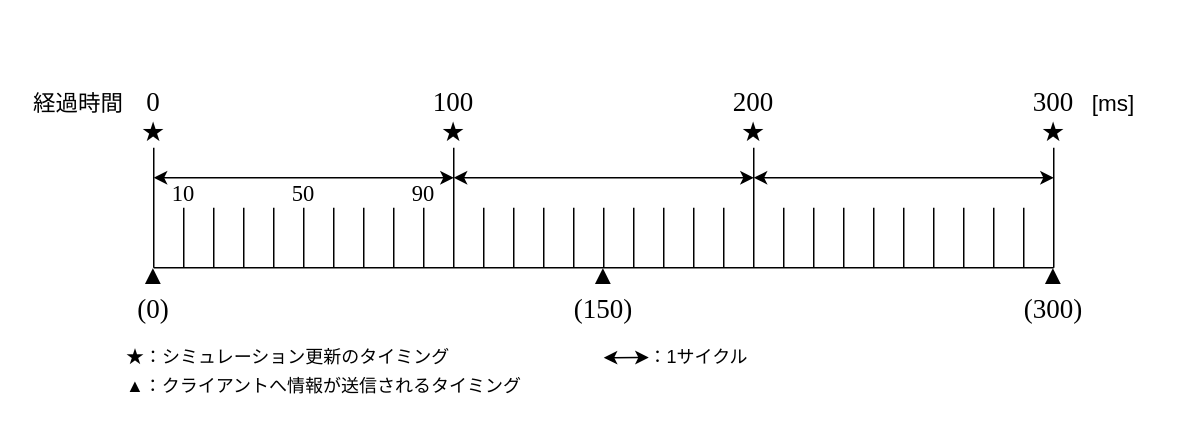
Above: 2/connection.drawio in SuperTikuwa/thesis-images (draw.io), before the change. Source tidied: cells renumbered, new cells numbered last; positions are measured from the earlier drawing's top-left corner, leaving out a move shared by most shapes. Both pictures are drawn from the tidied source at 150%, with x=0, y=0 at pixel (26, 80).
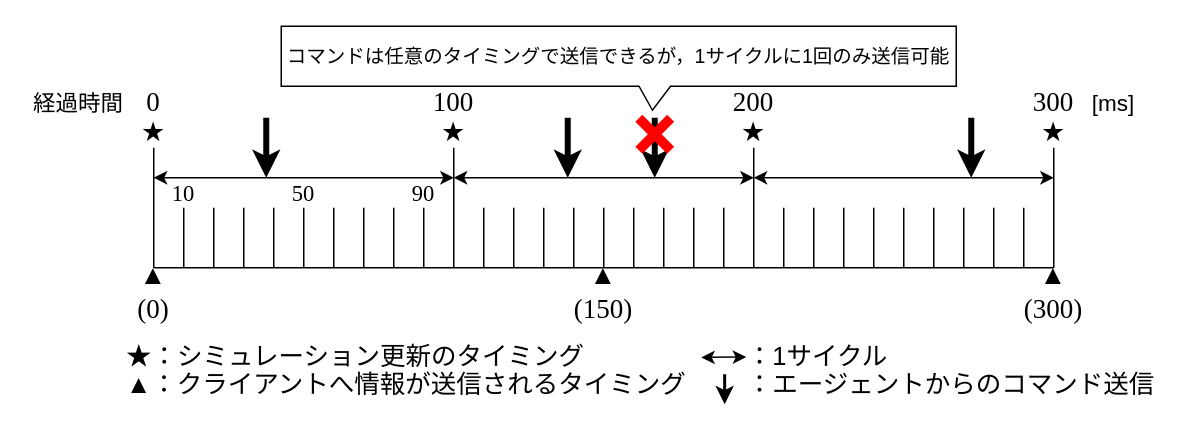
Above is the later version.

Commit message:
connection.drawio を更新します

Diff of the diagram source:
```diff
@@
-    <mxCell id="45" value="&lt;font face=&quot;Times New Roman&quot; style=&quot;font-size: 12px;&quot;&gt;★：シミュレーション更新のタイミング&lt;/font&gt;" style="text;html=1;strokeColor=none;fillColor=none;align=left;verticalAlign=middle;whiteSpace=wrap;rounded=0;fontSize=12;" parent="1" vertex="1">
-      <mxGeometry x="65" y="175" width="240" height="20" as="geometry" />
+    <mxCell id="45" value="&lt;font face=&quot;Times New Roman&quot;&gt;★：シミュレーション更新のタイミング&lt;/font&gt;" style="text;html=1;strokeColor=none;fillColor=none;align=left;verticalAlign=middle;whiteSpace=wrap;rounded=0;fontSize=17;" parent="1" vertex="1">
+      <mxGeometry x="65" y="175" width="335" height="20" as="geometry" />
     </mxCell>
@@
-    <mxCell id="49" value="&lt;font face=&quot;Times New Roman&quot; style=&quot;font-size: 12px;&quot;&gt;▲：クライアントへ情報が送信されるタイミング&lt;/font&gt;" style="text;html=1;strokeColor=none;fillColor=none;align=left;verticalAlign=middle;whiteSpace=wrap;rounded=0;fontSize=12;" parent="1" vertex="1">
-      <mxGeometry x="65" y="195" width="300" height="17.5" as="geometry" />
+    <mxCell id="49" value="&lt;font face=&quot;Times New Roman&quot;&gt;▲：クライアントへ情報が送信されるタイミング&lt;/font&gt;" style="text;html=1;strokeColor=none;fillColor=none;align=left;verticalAlign=middle;whiteSpace=wrap;rounded=0;fontSize=17;" parent="1" vertex="1">
+      <mxGeometry x="65" y="195" width="385" height="17.5" as="geometry" />
     </mxCell>
@@
     <mxCell id="53" style="endArrow=classic;startArrow=classic;html=1;rounded=0;fontSize=12;" parent="1" edge="1">
       <mxGeometry relative="1" as="geometry">
-        <mxPoint x="385" y="185" as="sourcePoint" />
-        <mxPoint x="415" y="184.8" as="targetPoint" />
+        <mxPoint x="450" y="184.8" as="sourcePoint" />
+        <mxPoint x="480" y="184.5" as="targetPoint" />
       </mxGeometry>
     </mxCell>
-    <mxCell id="54" value="&lt;font style=&quot;font-size: 12px;&quot;&gt;&amp;nbsp; &amp;nbsp; ：1サイクル&lt;/font&gt;" style="text;html=1;strokeColor=none;fillColor=none;align=left;verticalAlign=middle;whiteSpace=wrap;rounded=0;fontSize=12;" parent="1" vertex="1">
-      <mxGeometry x="400" y="175" width="240" height="20" as="geometry" />
+    <mxCell id="54" value="&lt;font&gt;&amp;nbsp; &amp;nbsp; ：1サイクル&lt;/font&gt;" style="text;html=1;strokeColor=none;fillColor=none;align=left;verticalAlign=middle;whiteSpace=wrap;rounded=0;fontSize=17;" parent="1" vertex="1">
+      <mxGeometry x="460" y="175" width="240" height="20" as="geometry" />
     </mxCell>
@@
+    <mxCell id="60" style="endArrow=classic;html=1;rounded=0;strokeWidth=4;" parent="1" edge="1">
+      <mxGeometry relative="1" as="geometry">
+        <mxPoint x="160" y="25" as="sourcePoint" />
+        <mxPoint x="160" y="65" as="targetPoint" />
+      </mxGeometry>
+    </mxCell>
+    <mxCell id="61" style="endArrow=classic;html=1;rounded=0;strokeWidth=2;" parent="1" edge="1">
+      <mxGeometry relative="1" as="geometry">
+        <mxPoint x="465.6" y="196" as="sourcePoint" />
+        <mxPoint x="465.6" y="216" as="targetPoint" />
+      </mxGeometry>
+    </mxCell>
+    <mxCell id="62" value="&lt;font&gt;&amp;nbsp; &amp;nbsp; ：エージェントからのコマンド送信&lt;/font&gt;" style="text;html=1;strokeColor=none;fillColor=none;align=left;verticalAlign=middle;whiteSpace=wrap;rounded=0;fontSize=17;" parent="1" vertex="1">
+      <mxGeometry x="460" y="193.8" width="300" height="20" as="geometry" />
+    </mxCell>
+    <mxCell id="63" style="endArrow=classic;html=1;rounded=0;strokeWidth=4;" parent="1" edge="1">
+      <mxGeometry relative="1" as="geometry">
+        <mxPoint x="419" y="25" as="sourcePoint" />
+        <mxPoint x="419" y="65" as="targetPoint" />
+      </mxGeometry>
+    </mxCell>
+    <mxCell id="64" style="endArrow=classic;html=1;rounded=0;strokeWidth=4;" parent="1" edge="1">
+      <mxGeometry relative="1" as="geometry">
+        <mxPoint x="361" y="25" as="sourcePoint" />
+        <mxPoint x="361" y="65" as="targetPoint" />
+      </mxGeometry>
+    </mxCell>
+    <mxCell id="65" style="shape=cross;whiteSpace=wrap;html=1;fillColor=#FF0000;strokeColor=none;rotation=45;size=0.21900107165892374;" parent="1" vertex="1">
+      <mxGeometry x="404" y="21" width="30" height="30" as="geometry" />
+    </mxCell>
+    <mxCell id="66" style="endArrow=classic;html=1;rounded=0;strokeWidth=4;" parent="1" edge="1">
+      <mxGeometry relative="1" as="geometry">
+        <mxPoint x="630" y="25" as="sourcePoint" />
+        <mxPoint x="630" y="65" as="targetPoint" />
+      </mxGeometry>
+    </mxCell>
+    <mxCell id="67" value="&lt;font style=&quot;font-size: 13px;&quot;&gt;コマンドは任意のタイミングで送信できるが，1サイクルに1回のみ送信可能&lt;/font&gt;" style="shape=callout;whiteSpace=wrap;html=1;perimeter=calloutPerimeter;base=21;size=16;position=0.53;position2=0.55;" parent="1" vertex="1">
+      <mxGeometry x="170" y="-36" width="450" height="56" as="geometry" />
+    </mxCell>
```
